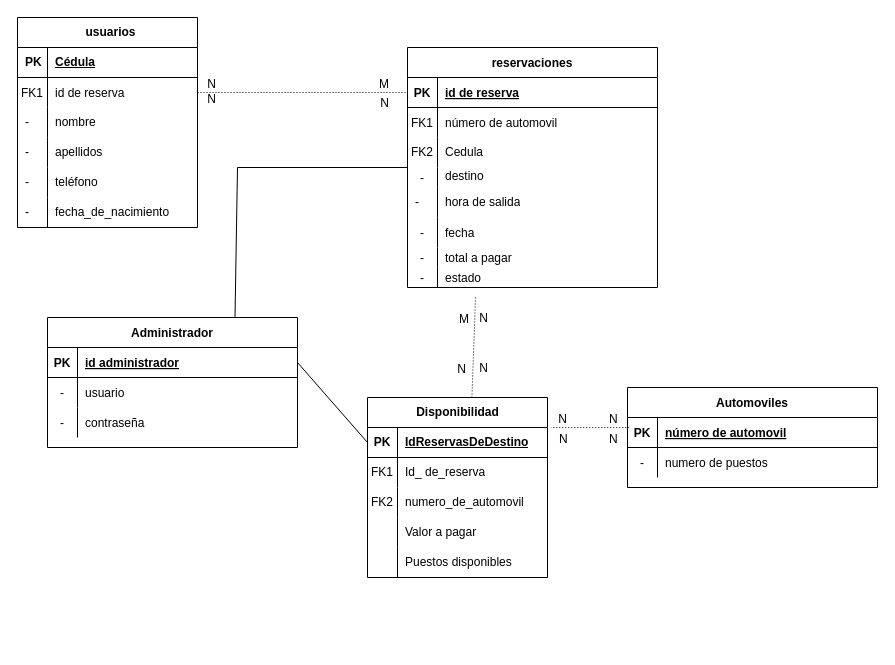
Earlier version of the draw.io diagram Diagrama_Identidad_Relacion.drawio (camiloGHS21/cacharrito_backend). Source tidied: cells renumbered, new cells numbered last; positions are measured from the earlier drawing's top-left corner, leaving out a move shared by most shapes. Both pictures are drawn from the tidied source at 100%, with x=0, y=0 at pixel (17, 17).
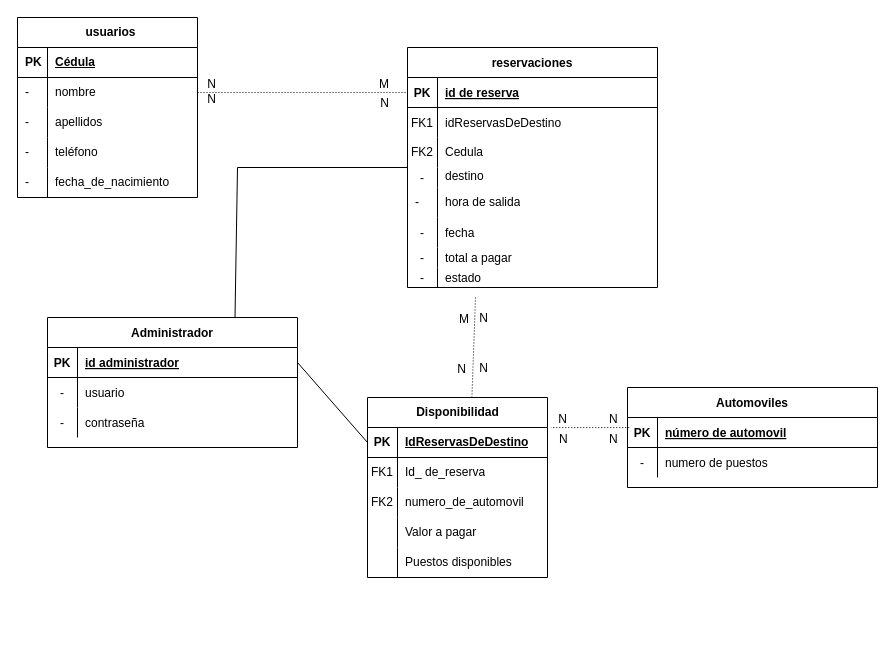
The same page after the edit.

Unchanged cells that the change refers to:
```xml
<mxCell id="3" style="group;" parent="2" vertex="1">
  <mxGeometry width="860" height="630" as="geometry" />
</mxCell>
<mxCell id="5" style="shape=partialRectangle;fillColor=none;points=[[0,0.5],[1,0.5]];portConstraint=eastwest;top=0;left=0;right=0;bottom=1;" parent="4" vertex="1">
  <mxGeometry y="30" width="250" height="30" as="geometry" />
</mxCell>
<mxCell id="8" style="shape=partialRectangle;fillColor=none;top=0;left=0;right=0;bottom=0;" parent="4" vertex="1">
  <mxGeometry y="60" width="250" height="30" as="geometry" />
</mxCell>
```

What changed in the source:
```diff
@@
-    <mxCell id="10" value="número de automovil" style="shape=partialRectangle;overflow=hidden;fillColor=none;top=0;left=0;bottom=0;right=0;align=left;spacingLeft=6;" parent="8" vertex="1">
+    <mxCell id="10" value="idReservasDeDestino" style="shape=partialRectangle;overflow=hidden;fillColor=none;top=0;left=0;bottom=0;right=0;align=left;spacingLeft=6;" parent="8" vertex="1">
       <mxGeometry x="30" width="220" height="30" as="geometry" />
     </mxCell>
@@
     <mxCell id="39" value="usuarios" style="shape=table;startSize=30;childLayout=tableLayout;rowLines=0;fontStyle=1;align=center;html=1;strokeColor=default;verticalAlign=middle;spacingLeft=6;fontFamily=Helvetica;fontSize=12;fontColor=default;fillColor=none;" parent="3" vertex="1">
-      <mxGeometry width="180" height="210" as="geometry" />
+      <mxGeometry width="180" height="180" as="geometry" />
     </mxCell>
@@
-    <mxCell id="43" style="shape=partialRectangle;fillColor=none;points=[[0,0.5],[1,0.5]];portConstraint=eastwest;top=0;left=0;right=0;bottom=0;" parent="39" vertex="1">
-      <mxGeometry y="60" width="180" height="30" as="geometry" />
-    </mxCell>
-    <mxCell id="44" value="FK1" style="shape=partialRectangle;overflow=hidden;fillColor=none;top=0;left=0;bottom=0;right=0;" parent="43" vertex="1">
-      <mxGeometry width="30" height="30" as="geometry" />
-    </mxCell>
-    <mxCell id="45" value="id de reserva" style="shape=partialRectangle;overflow=hidden;fillColor=none;top=0;left=0;bottom=0;right=0;align=left;spacingLeft=6;" parent="43" vertex="1">
-      <mxGeometry x="30" width="150" height="30" as="geometry" />
-    </mxCell>
     <mxCell id="46" style="shape=tableRow;horizontal=0;startSize=0;swimlaneHead=0;swimlaneBody=0;fillColor=none;top=0;left=0;right=0;bottom=0;strokeColor=default;align=left;verticalAlign=middle;spacingLeft=6;fontFamily=Helvetica;fontSize=12;fontColor=default;" parent="39" vertex="1">
-      <mxGeometry y="90" width="180" height="30" as="geometry" />
+      <mxGeometry y="60" width="180" height="30" as="geometry" />
     </mxCell>
@@
     <mxCell id="49" style="shape=tableRow;horizontal=0;startSize=0;swimlaneHead=0;swimlaneBody=0;fillColor=none;top=0;left=0;right=0;bottom=0;strokeColor=default;align=left;verticalAlign=middle;spacingLeft=6;fontFamily=Helvetica;fontSize=12;fontColor=default;" parent="39" vertex="1">
-      <mxGeometry y="120" width="180" height="30" as="geometry" />
+      <mxGeometry y="90" width="180" height="30" as="geometry" />
     </mxCell>
@@
     <mxCell id="52" style="shape=tableRow;horizontal=0;startSize=0;swimlaneHead=0;swimlaneBody=0;fillColor=none;top=0;left=0;right=0;bottom=0;strokeColor=default;align=left;verticalAlign=middle;spacingLeft=6;fontFamily=Helvetica;fontSize=12;fontColor=default;" parent="39" vertex="1">
-      <mxGeometry y="150" width="180" height="30" as="geometry" />
+      <mxGeometry y="120" width="180" height="30" as="geometry" />
     </mxCell>
@@
     <mxCell id="55" style="shape=tableRow;horizontal=0;startSize=0;swimlaneHead=0;swimlaneBody=0;fillColor=none;top=0;left=0;right=0;bottom=0;strokeColor=default;align=left;verticalAlign=middle;spacingLeft=6;fontFamily=Helvetica;fontSize=12;fontColor=default;" parent="39" vertex="1">
-      <mxGeometry y="180" width="180" height="30" as="geometry" />
+      <mxGeometry y="150" width="180" height="30" as="geometry" />
     </mxCell>
@@
-    <mxCell id="71" style="endArrow=none;html=1;rounded=0;dashed=1;dashPattern=1 2;entryX=0;entryY=0.5;entryDx=0;entryDy=0;exitX=1;exitY=0.5;exitDx=0;exitDy=0;" parent="3" edge="1" source="43" target="5">
-      <mxGeometry relative="1" as="geometry" />
+    <mxCell id="71" style="endArrow=none;html=1;rounded=0;dashed=1;dashPattern=1 2;entryX=0;entryY=0.5;entryDx=0;entryDy=0;exitX=1;exitY=0.5;exitDx=0;exitDy=0;" parent="3" edge="1" target="5">
+      <mxGeometry relative="1" as="geometry">
+        <mxPoint x="180" y="75" as="sourcePoint" />
+      </mxGeometry>
     </mxCell>
```
